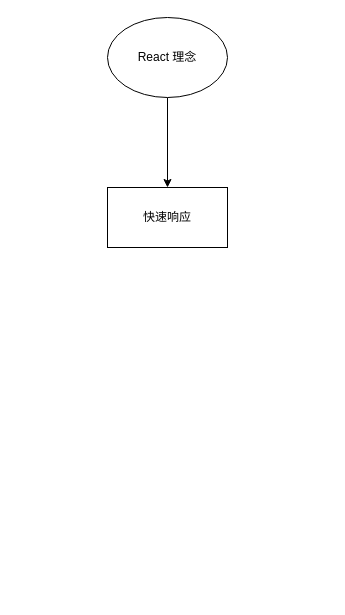
This is page "React 理念" (1 of 4) of Untitled Diagram.drawio from aidevtao/react-draw.io, a draw.io file, before an edit. Source tidied: cells renumbered, new cells numbered last; positions are measured from the earlier drawing's top-left corner, leaving out a move shared by most shapes. Both pictures are drawn from the tidied source at 100%, with x=0, y=0 at pixel (107, 17).
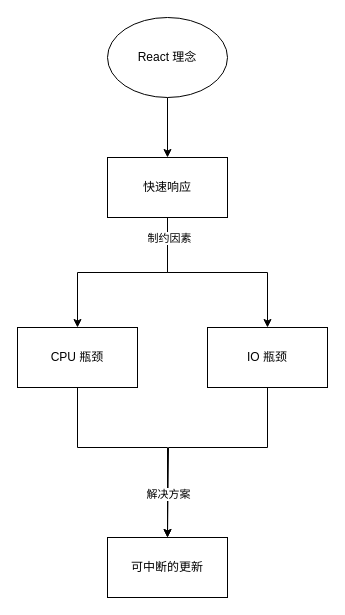
After the change.

What changed in the source:
```diff
@@
 <mxGraphModel>
   <root>
     <mxCell id="0" />
     <mxCell id="1" parent="0" />
     <mxCell id="2" style="edgeStyle=orthogonalEdgeStyle;rounded=0;jettySize=auto;html=1;" parent="1" edge="1" source="3" target="4">
       <mxGeometry relative="1" as="geometry" />
     </mxCell>
     <mxCell id="3" value="React 理念" style="ellipse;whiteSpace=wrap;html=1;" parent="1" vertex="1">
       <mxGeometry width="120" height="80" as="geometry" />
     </mxCell>
+    <mxCell id="5" style="edgeStyle=orthogonalEdgeStyle;rounded=0;jettySize=auto;html=1;" parent="1" edge="1" source="4" target="9">
+      <mxGeometry relative="1" as="geometry" />
+    </mxCell>
+    <mxCell id="6" style="edgeStyle=orthogonalEdgeStyle;rounded=0;jettySize=auto;html=1;exitX=0.5;exitY=1;exitDx=0;exitDy=0;" parent="1" edge="1" source="4" target="12">
+      <mxGeometry relative="1" as="geometry" />
+    </mxCell>
+    <mxCell id="7" value="制约因素" style="edgeLabel;html=1;align=center;verticalAlign=middle;" parent="6" vertex="1">
+      <mxGeometry x="-0.8" y="1" relative="1" as="geometry" />
+    </mxCell>
     <mxCell id="4" value="快速响应" style="whiteSpace=wrap;html=1;" parent="1" vertex="1">
-      <mxGeometry y="170" width="120" height="60" as="geometry" />
+      <mxGeometry y="140" width="120" height="60" as="geometry" />
     </mxCell>
+    <mxCell id="8" style="edgeStyle=orthogonalEdgeStyle;rounded=0;jettySize=auto;html=1;exitX=0.5;exitY=1;exitDx=0;exitDy=0;entryX=0.5;entryY=0;entryDx=0;entryDy=0;" parent="1" edge="1" source="9" target="13">
+      <mxGeometry relative="1" as="geometry">
+        <Array as="points">
+          <mxPoint x="160" y="430" />
+          <mxPoint x="61" y="430" />
+        </Array>
+      </mxGeometry>
+    </mxCell>
+    <mxCell id="9" value="IO 瓶颈" style="whiteSpace=wrap;html=1;" parent="1" vertex="1">
+      <mxGeometry x="100" y="310" width="120" height="60" as="geometry" />
+    </mxCell>
+    <mxCell id="10" style="edgeStyle=orthogonalEdgeStyle;rounded=0;jettySize=auto;html=1;exitX=0.5;exitY=1;exitDx=0;exitDy=0;entryX=0.5;entryY=0;entryDx=0;entryDy=0;" parent="1" edge="1" source="12" target="13">
+      <mxGeometry relative="1" as="geometry">
+        <Array as="points">
+          <mxPoint x="-30" y="430" />
+          <mxPoint x="60" y="430" />
+        </Array>
+      </mxGeometry>
+    </mxCell>
+    <mxCell id="11" value="解决方案" style="edgeLabel;html=1;align=center;verticalAlign=middle;" parent="10" vertex="1">
+      <mxGeometry x="0.63" relative="1" as="geometry" />
+    </mxCell>
+    <mxCell id="12" value="CPU 瓶颈" style="whiteSpace=wrap;html=1;" parent="1" vertex="1">
+      <mxGeometry x="-90" y="310" width="120" height="60" as="geometry" />
+    </mxCell>
+    <mxCell id="13" value="可中断的更新" style="whiteSpace=wrap;html=1;" parent="1" vertex="1">
+      <mxGeometry y="520" width="120" height="60" as="geometry" />
+    </mxCell>
   </root>
 </mxGraphModel>
```
